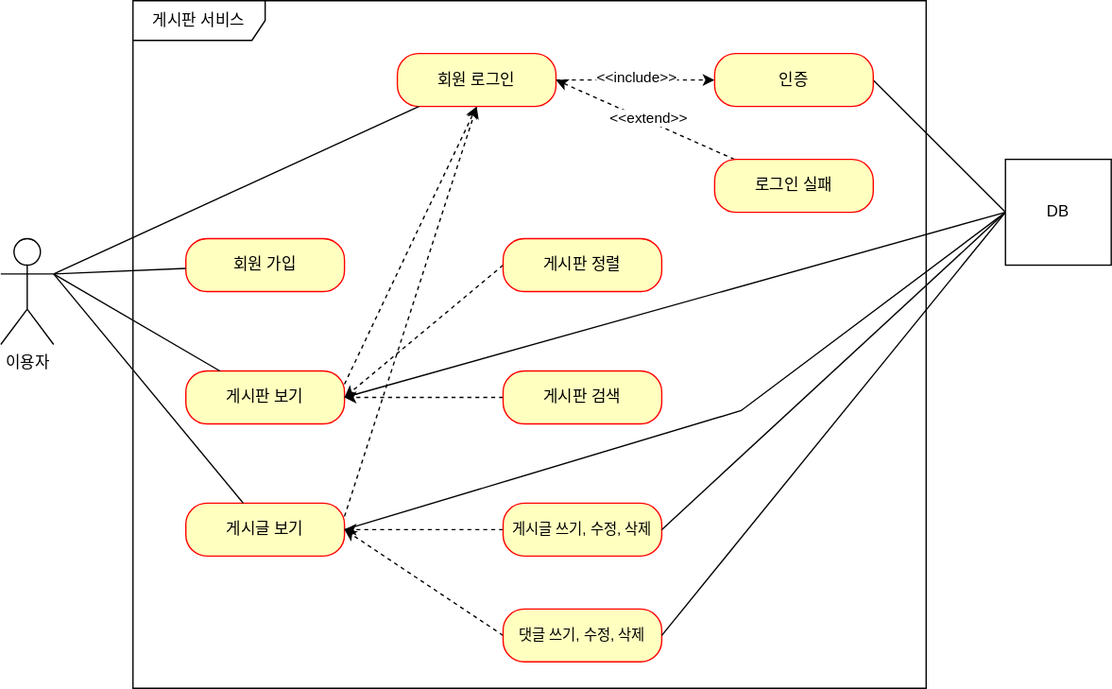
Above: document/use-case.svg in Lim-Byeong-Kuk/study-project-board (draw.io), before the change. Source tidied: cells renumbered, new cells last; positions are measured from the earlier drawing's top-left corner, leaving out a move shared by most shapes.
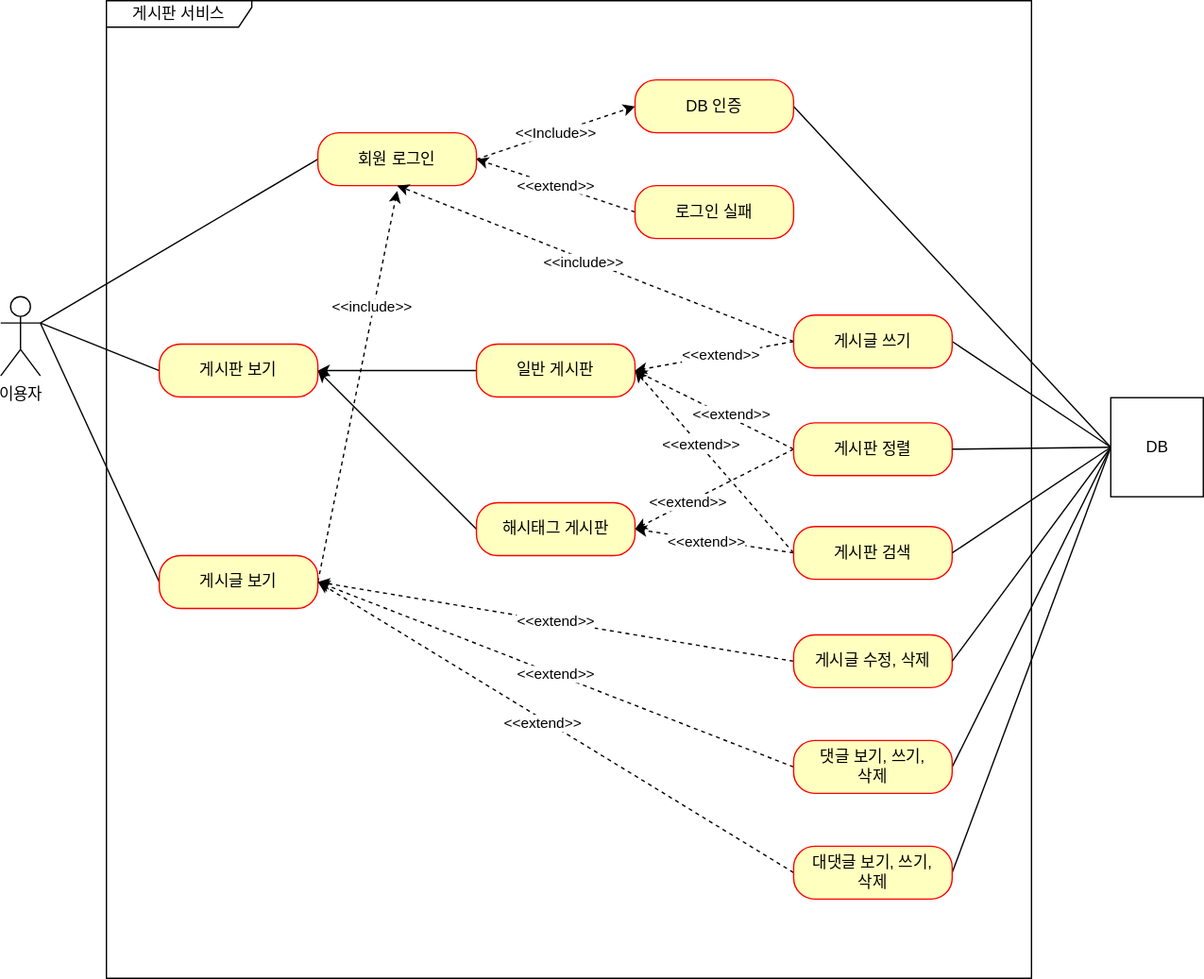
Later version of the same file.

Commit message:
#54 - use-case.svg: 현재 서비스 상황에 맞춰 업데이트

Diff of the diagram source:
```diff
@@ -3,104 +3,164 @@
     <mxCell id="0" />
     <mxCell id="1" parent="0" />
     <mxCell id="2" value="이용자" style="shape=umlActor;verticalLabelPosition=bottom;verticalAlign=top;html=1;" parent="1" vertex="1">
-      <mxGeometry y="180" width="40" height="80" as="geometry" />
+      <mxGeometry x="-20" y="364" width="30" height="60" as="geometry" />
     </mxCell>
-    <mxCell id="3" value="게시판 서비스" style="shape=umlFrame;whiteSpace=wrap;html=1;width=100;height=30;" parent="1" vertex="1">
-      <mxGeometry x="100" width="600" height="520" as="geometry" />
+    <mxCell id="3" value="게시판 서비스" style="shape=umlFrame;whiteSpace=wrap;html=1;width=110;height=20;" parent="1" vertex="1">
+      <mxGeometry x="60" y="140" width="700" height="740" as="geometry" />
     </mxCell>
-    <mxCell id="4" value="회원 가입" style="rounded=1;whiteSpace=wrap;html=1;arcSize=40;fontColor=#000000;fillColor=#ffffc0;strokeColor=#ff0000;" parent="1" vertex="1">
-      <mxGeometry x="140" y="180" width="120" height="40" as="geometry" />
-    </mxCell>
-    <mxCell id="5" style="rounded=0;jettySize=auto;html=1;exitX=1;exitY=0.25;exitDx=0;exitDy=0;entryX=0.5;entryY=1;entryDx=0;entryDy=0;dashed=1;" parent="1" edge="1" source="6" target="11">
-      <mxGeometry relative="1" as="geometry" />
-    </mxCell>
+    <mxCell id="34" style="rounded=0;jettySize=auto;html=1;exitX=0;exitY=0.5;exitDx=0;exitDy=0;entryX=1;entryY=0.5;entryDx=0;entryDy=0;" parent="1" edge="1" source="35" target="6">
+      <mxGeometry relative="1" as="geometry" />
+    </mxCell>
+    <mxCell id="35" value="일반 게시판" style="rounded=1;whiteSpace=wrap;html=1;arcSize=40;fontColor=#000000;fillColor=#ffffc0;strokeColor=#ff0000;" parent="1" vertex="1">
+      <mxGeometry x="340" y="400" width="120" height="40" as="geometry" />
+    </mxCell>
+    <mxCell id="26" style="edgeStyle=none;rounded=0;jettySize=auto;html=1;exitX=0;exitY=0.5;exitDx=0;exitDy=0;entryX=1;entryY=0.3333333333333333;entryDx=0;entryDy=0;entryPerimeter=0;endArrow=none;endFill=0;" parent="1" edge="1" source="6" target="2">
+      <mxGeometry relative="1" as="geometry" />
+    </mxCell>
     <mxCell id="6" value="게시판 보기" style="rounded=1;whiteSpace=wrap;html=1;arcSize=40;fontColor=#000000;fillColor=#ffffc0;strokeColor=#ff0000;" parent="1" vertex="1">
-      <mxGeometry x="140" y="280" width="120" height="40" as="geometry" />
+      <mxGeometry x="100" y="400" width="120" height="40" as="geometry" />
     </mxCell>
-    <mxCell id="7" style="rounded=0;jettySize=auto;html=1;exitX=1;exitY=0.25;exitDx=0;exitDy=0;entryX=0.5;entryY=1;entryDx=0;entryDy=0;dashed=1;" parent="1" edge="1" source="8" target="11">
-      <mxGeometry relative="1" as="geometry" />
-    </mxCell>
+    <mxCell id="36" style="edgeStyle=none;rounded=0;jettySize=auto;html=1;exitX=0;exitY=0.5;exitDx=0;exitDy=0;endArrow=none;endFill=0;" parent="1" edge="1" source="8">
+      <mxGeometry relative="1" as="geometry">
+        <mxPoint x="10" y="384" as="targetPoint" />
+      </mxGeometry>
+    </mxCell>
+    <mxCell id="37" style="edgeStyle=none;rounded=0;jettySize=auto;html=1;exitX=1;exitY=0.5;exitDx=0;exitDy=0;dashed=1;endArrow=classic;endFill=1;" parent="1" edge="1" source="8">
+      <mxGeometry relative="1" as="geometry">
+        <mxPoint x="280" y="284" as="targetPoint" />
+      </mxGeometry>
+    </mxCell>
+    <mxCell id="38" value="&amp;lt;&amp;lt;include&amp;gt;&amp;gt;" style="edgeLabel;html=1;align=center;verticalAlign=middle;" parent="37" vertex="1">
+      <mxGeometry x="0.41" y="2" relative="1" as="geometry" />
+    </mxCell>
     <mxCell id="8" value="게시글 보기" style="rounded=1;whiteSpace=wrap;html=1;arcSize=40;fontColor=#000000;fillColor=#ffffc0;strokeColor=#ff0000;" parent="1" vertex="1">
-      <mxGeometry x="140" y="380" width="120" height="40" as="geometry" />
+      <mxGeometry x="100" y="560" width="120" height="40" as="geometry" />
     </mxCell>
-    <mxCell id="9" style="edgeStyle=orthogonalEdgeStyle;rounded=0;jettySize=auto;html=1;exitX=1;exitY=0.5;exitDx=0;exitDy=0;endArrow=classic;endFill=1;dashed=1;" parent="1" edge="1" source="11" target="13">
-      <mxGeometry relative="1" as="geometry" />
-    </mxCell>
-    <mxCell id="10" value="&amp;lt;&amp;lt;include&amp;gt;&amp;gt;" style="edgeLabel;html=1;align=center;verticalAlign=middle;" parent="9" vertex="1">
-      <mxGeometry y="3" relative="1" as="geometry" />
-    </mxCell>
+    <mxCell id="39" style="edgeStyle=none;rounded=0;jettySize=auto;html=1;exitX=0;exitY=0.5;exitDx=0;exitDy=0;endArrow=none;endFill=0;" parent="1" edge="1" source="11">
+      <mxGeometry relative="1" as="geometry">
+        <mxPoint x="10" y="384" as="targetPoint" />
+      </mxGeometry>
+    </mxCell>
+    <mxCell id="40" value="&amp;lt;&amp;lt;Include&amp;gt;&amp;gt;" style="rounded=0;jettySize=auto;html=1;exitX=1;exitY=0.5;exitDx=0;exitDy=0;entryX=0;entryY=0.5;entryDx=0;entryDy=0;dashed=1;" parent="1" edge="1" source="11" target="42">
+      <mxGeometry relative="1" as="geometry" />
+    </mxCell>
     <mxCell id="11" value="회원 로그인" style="rounded=1;whiteSpace=wrap;html=1;arcSize=40;fontColor=#000000;fillColor=#ffffc0;strokeColor=#ff0000;" parent="1" vertex="1">
-      <mxGeometry x="300" y="40" width="120" height="40" as="geometry" />
+      <mxGeometry x="220" y="240" width="120" height="40" as="geometry" />
     </mxCell>
-    <mxCell id="12" style="rounded=0;jettySize=auto;html=1;exitX=1;exitY=0.5;exitDx=0;exitDy=0;entryX=0;entryY=0.5;entryDx=0;entryDy=0;endArrow=none;endFill=0;" parent="1" edge="1" source="13" target="33">
-      <mxGeometry relative="1" as="geometry" />
-    </mxCell>
-    <mxCell id="13" value="인증" style="rounded=1;whiteSpace=wrap;html=1;arcSize=40;fontColor=#000000;fillColor=#ffffc0;strokeColor=#ff0000;" parent="1" vertex="1">
-      <mxGeometry x="540" y="40" width="120" height="40" as="geometry" />
-    </mxCell>
+    <mxCell id="41" style="edgeStyle=none;rounded=0;jettySize=auto;html=1;exitX=1;exitY=0.5;exitDx=0;exitDy=0;entryX=0;entryY=0.5;entryDx=0;entryDy=0;endArrow=none;endFill=0;" parent="1" edge="1" source="42" target="33">
+      <mxGeometry relative="1" as="geometry" />
+    </mxCell>
+    <mxCell id="42" value="DB 인증" style="rounded=1;whiteSpace=wrap;html=1;arcSize=40;fontColor=#000000;fillColor=#ffffc0;strokeColor=#ff0000;" parent="1" vertex="1">
+      <mxGeometry x="460" y="200" width="120" height="40" as="geometry" />
+    </mxCell>
-    <mxCell id="14" style="rounded=0;jettySize=auto;html=1;entryX=1;entryY=0.5;entryDx=0;entryDy=0;endArrow=classic;endFill=1;dashed=1;" parent="1" edge="1" source="16" target="11">
+    <mxCell id="14" value="&amp;lt;&amp;lt;extend&amp;gt;&amp;gt;" style="edgeStyle=none;rounded=0;jettySize=auto;html=1;exitX=0;exitY=0.5;exitDx=0;exitDy=0;entryX=1;entryY=0.5;entryDx=0;entryDy=0;endArrow=classic;endFill=1;dashed=1;" parent="1" edge="1" source="16" target="11">
       <mxGeometry relative="1" as="geometry" />
     </mxCell>
-    <mxCell id="15" value="&amp;lt;&amp;lt;extend&amp;gt;&amp;gt;" style="edgeLabel;html=1;align=center;verticalAlign=middle;" parent="14" vertex="1">
-      <mxGeometry x="-0.01" y="-2" relative="1" as="geometry" />
-    </mxCell>
     <mxCell id="16" value="로그인 실패" style="rounded=1;whiteSpace=wrap;html=1;arcSize=40;fontColor=#000000;fillColor=#ffffc0;strokeColor=#ff0000;" parent="1" vertex="1">
-      <mxGeometry x="540" y="120" width="120" height="40" as="geometry" />
+      <mxGeometry x="460" y="280" width="120" height="40" as="geometry" />
     </mxCell>
-    <mxCell id="17" style="rounded=0;jettySize=auto;html=1;exitX=0;exitY=0.5;exitDx=0;exitDy=0;entryX=1;entryY=0.5;entryDx=0;entryDy=0;dashed=1;" parent="1" edge="1" source="18" target="6">
-      <mxGeometry relative="1" as="geometry" />
-    </mxCell>
+    <mxCell id="43" style="edgeStyle=none;rounded=0;jettySize=auto;html=1;exitX=0;exitY=0.5;exitDx=0;exitDy=0;entryX=1;entryY=0.5;entryDx=0;entryDy=0;dashed=1;endArrow=classic;endFill=1;" parent="1" edge="1" source="18" target="35">
+      <mxGeometry relative="1" as="geometry" />
+    </mxCell>
+    <mxCell id="44" value="&amp;lt;&amp;lt;extend&amp;gt;&amp;gt;" style="edgeLabel;html=1;align=center;verticalAlign=middle;" parent="43" vertex="1">
+      <mxGeometry x="-0.18" y="-3" relative="1" as="geometry" />
+    </mxCell>
+    <mxCell id="45" style="edgeStyle=none;rounded=0;jettySize=auto;html=1;exitX=0;exitY=0.5;exitDx=0;exitDy=0;entryX=1;entryY=0.5;entryDx=0;entryDy=0;dashed=1;" parent="1" edge="1" source="18" target="62">
+      <mxGeometry relative="1" as="geometry" />
+    </mxCell>
+    <mxCell id="46" value="&amp;lt;&amp;lt;extend&amp;gt;&amp;gt;" style="edgeLabel;html=1;align=center;verticalAlign=middle;" parent="45" vertex="1">
+      <mxGeometry x="0.33" relative="1" as="geometry">
+        <mxPoint x="-1" as="offset" />
+      </mxGeometry>
+    </mxCell>
     <mxCell id="18" value="게시판 정렬" style="rounded=1;whiteSpace=wrap;html=1;arcSize=40;fontColor=#000000;fillColor=#ffffc0;strokeColor=#ff0000;" parent="1" vertex="1">
-      <mxGeometry x="380" y="180" width="120" height="40" as="geometry" />
+      <mxGeometry x="580" y="459.5" width="120" height="40" as="geometry" />
     </mxCell>
-    <mxCell id="19" style="rounded=0;jettySize=auto;html=1;exitX=0;exitY=0.5;exitDx=0;exitDy=0;entryX=1;entryY=0.5;entryDx=0;entryDy=0;dashed=1;" parent="1" edge="1" source="20" target="6">
-      <mxGeometry relative="1" as="geometry" />
-    </mxCell>
+    <mxCell id="47" style="edgeStyle=none;rounded=0;jettySize=auto;html=1;exitX=0;exitY=0.5;exitDx=0;exitDy=0;dashed=1;endArrow=classic;endFill=1;entryX=1;entryY=0.5;entryDx=0;entryDy=0;" parent="1" edge="1" source="20" target="35">
+      <mxGeometry relative="1" as="geometry" />
+    </mxCell>
+    <mxCell id="48" value="&amp;lt;&amp;lt;extend&amp;gt;&amp;gt;" style="edgeLabel;html=1;align=center;verticalAlign=middle;" parent="47" vertex="1">
+      <mxGeometry x="0.18" y="-1" relative="1" as="geometry" />
+    </mxCell>
+    <mxCell id="49" style="edgeStyle=none;rounded=0;jettySize=auto;html=1;exitX=0;exitY=0.5;exitDx=0;exitDy=0;entryX=1;entryY=0.5;entryDx=0;entryDy=0;dashed=1;" parent="1" edge="1" source="20" target="62">
+      <mxGeometry relative="1" as="geometry" />
+    </mxCell>
+    <mxCell id="50" value="&amp;lt;&amp;lt;extend&amp;gt;&amp;gt;" style="edgeLabel;html=1;align=center;verticalAlign=middle;" parent="49" vertex="1">
+      <mxGeometry x="0.11" y="2" relative="1" as="geometry">
+        <mxPoint x="1" as="offset" />
+      </mxGeometry>
+    </mxCell>
     <mxCell id="20" value="게시판 검색" style="rounded=1;whiteSpace=wrap;html=1;arcSize=40;fontColor=#000000;fillColor=#ffffc0;strokeColor=#ff0000;" parent="1" vertex="1">
-      <mxGeometry x="380" y="280" width="120" height="40" as="geometry" />
+      <mxGeometry x="580" y="538" width="120" height="40" as="geometry" />
     </mxCell>
-    <mxCell id="21" style="edgeStyle=orthogonalEdgeStyle;rounded=0;jettySize=auto;html=1;entryX=1;entryY=0.5;entryDx=0;entryDy=0;dashed=1;" parent="1" edge="1" source="22" target="8">
-      <mxGeometry relative="1" as="geometry" />
-    </mxCell>
-    <mxCell id="22" value="&lt;font style=&quot;font-size: 11px;&quot;&gt;게시글 쓰기, 수정, 삭제&lt;/font&gt;" style="rounded=1;whiteSpace=wrap;html=1;arcSize=40;fontColor=#000000;fillColor=#ffffc0;strokeColor=#ff0000;" parent="1" vertex="1">
-      <mxGeometry x="380" y="380" width="120" height="40" as="geometry" />
-    </mxCell>
-    <mxCell id="23" style="rounded=0;jettySize=auto;html=1;exitX=0;exitY=0.5;exitDx=0;exitDy=0;entryX=1;entryY=0.5;entryDx=0;entryDy=0;dashed=1;" parent="1" edge="1" source="24" target="8">
-      <mxGeometry relative="1" as="geometry" />
-    </mxCell>
-    <mxCell id="24" value="&lt;font style=&quot;font-size: 11px;&quot;&gt;댓글 쓰기, 수정, 삭제&lt;/font&gt;" style="rounded=1;whiteSpace=wrap;html=1;arcSize=40;fontColor=#000000;fillColor=#ffffc0;strokeColor=#ff0000;" parent="1" vertex="1">
-      <mxGeometry x="380" y="460" width="120" height="40" as="geometry" />
-    </mxCell>
-    <mxCell id="25" style="rounded=0;jettySize=auto;html=1;entryX=1;entryY=0.3333333333333333;entryDx=0;entryDy=0;entryPerimeter=0;endArrow=none;endFill=0;" parent="1" edge="1" source="4" target="2">
-      <mxGeometry relative="1" as="geometry" />
-    </mxCell>
-    <mxCell id="26" style="rounded=0;jettySize=auto;html=1;entryX=1;entryY=0.3333333333333333;entryDx=0;entryDy=0;entryPerimeter=0;endArrow=none;endFill=0;" parent="1" edge="1" source="6" target="2">
-      <mxGeometry relative="1" as="geometry" />
-    </mxCell>
-    <mxCell id="27" style="rounded=0;jettySize=auto;html=1;entryX=1;entryY=0.3333333333333333;entryDx=0;entryDy=0;entryPerimeter=0;endArrow=none;endFill=0;" parent="1" edge="1" source="8" target="2">
-      <mxGeometry relative="1" as="geometry" />
-    </mxCell>
-    <mxCell id="28" style="rounded=0;jettySize=auto;html=1;entryX=1;entryY=0.3333333333333333;entryDx=0;entryDy=0;entryPerimeter=0;endArrow=none;endFill=0;" parent="1" edge="1" source="11" target="2">
-      <mxGeometry relative="1" as="geometry" />
-    </mxCell>
-    <mxCell id="29" style="rounded=0;jettySize=auto;html=1;exitX=0;exitY=0.5;exitDx=0;exitDy=0;entryX=1;entryY=0.5;entryDx=0;entryDy=0;endArrow=none;endFill=0;" parent="1" edge="1" source="33" target="6">
-      <mxGeometry relative="1" as="geometry" />
-    </mxCell>
-    <mxCell id="30" style="rounded=0;jettySize=auto;html=1;exitX=0;exitY=0.5;exitDx=0;exitDy=0;entryX=1;entryY=0.5;entryDx=0;entryDy=0;endArrow=none;endFill=0;" parent="1" edge="1" source="33" target="8">
-      <mxGeometry relative="1" as="geometry">
-        <Array as="points">
-          <mxPoint x="560" y="310" />
-        </Array>
-      </mxGeometry>
-    </mxCell>
-    <mxCell id="31" style="rounded=0;jettySize=auto;html=1;exitX=0;exitY=0.5;exitDx=0;exitDy=0;entryX=1;entryY=0.5;entryDx=0;entryDy=0;endArrow=none;endFill=0;" parent="1" edge="1" source="33" target="22">
-      <mxGeometry relative="1" as="geometry" />
-    </mxCell>
-    <mxCell id="32" style="rounded=0;jettySize=auto;html=1;exitX=0;exitY=0.5;exitDx=0;exitDy=0;entryX=1;entryY=0.5;entryDx=0;entryDy=0;endArrow=none;endFill=0;" parent="1" edge="1" source="33" target="24">
-      <mxGeometry relative="1" as="geometry" />
-    </mxCell>
+    <mxCell id="51" value="&amp;lt;&amp;lt;extend&amp;gt;&amp;gt;" style="edgeStyle=none;rounded=0;jettySize=auto;html=1;exitX=0;exitY=0.5;exitDx=0;exitDy=0;entryX=1;entryY=0.5;entryDx=0;entryDy=0;dashed=1;endArrow=classic;endFill=1;" parent="1" edge="1" source="52" target="8">
+      <mxGeometry relative="1" as="geometry" />
+    </mxCell>
+    <mxCell id="52" value="게시글 수정, 삭제" style="rounded=1;whiteSpace=wrap;html=1;arcSize=40;fontColor=#000000;fillColor=#ffffc0;strokeColor=#ff0000;" parent="1" vertex="1">
+      <mxGeometry x="580" y="620" width="120" height="40" as="geometry" />
+    </mxCell>
+    <mxCell id="53" style="edgeStyle=none;rounded=0;jettySize=auto;html=1;exitX=0;exitY=0.5;exitDx=0;exitDy=0;dashed=1;endArrow=classic;endFill=1;entryX=1;entryY=0.5;entryDx=0;entryDy=0;" parent="1" edge="1" source="56" target="8">
+      <mxGeometry relative="1" as="geometry" />
+    </mxCell>
+    <mxCell id="54" value="&amp;lt;&amp;lt;extend&amp;gt;&amp;gt;" style="edgeLabel;html=1;align=center;verticalAlign=middle;" parent="53" vertex="1">
+      <mxGeometry x="0.01" relative="1" as="geometry" />
+    </mxCell>
+    <mxCell id="55" style="edgeStyle=none;rounded=0;jettySize=auto;html=1;exitX=1;exitY=0.5;exitDx=0;exitDy=0;endArrow=none;endFill=0;entryX=0;entryY=0.5;entryDx=0;entryDy=0;" parent="1" edge="1" source="56" target="33">
+      <mxGeometry relative="1" as="geometry" />
+    </mxCell>
+    <mxCell id="56" value="댓글 보기, 쓰기,&lt;br&gt;삭제" style="rounded=1;whiteSpace=wrap;html=1;arcSize=40;fontColor=#000000;fillColor=#ffffc0;strokeColor=#ff0000;" parent="1" vertex="1">
+      <mxGeometry x="580" y="700" width="120" height="40" as="geometry" />
+    </mxCell>
+    <mxCell id="57" style="edgeStyle=none;rounded=0;jettySize=auto;html=1;exitX=0;exitY=0.5;exitDx=0;exitDy=0;entryX=1;entryY=0.5;entryDx=0;entryDy=0;endArrow=none;endFill=0;" parent="1" edge="1" source="33" target="52">
+      <mxGeometry relative="1" as="geometry" />
+    </mxCell>
+    <mxCell id="58" style="edgeStyle=none;rounded=0;jettySize=auto;html=1;exitX=0;exitY=0.5;exitDx=0;exitDy=0;entryX=1;entryY=0.5;entryDx=0;entryDy=0;endArrow=none;endFill=0;" parent="1" edge="1" source="33" target="20">
+      <mxGeometry relative="1" as="geometry" />
+    </mxCell>
+    <mxCell id="59" style="edgeStyle=none;rounded=0;jettySize=auto;html=1;exitX=0;exitY=0.5;exitDx=0;exitDy=0;entryX=1;entryY=0.5;entryDx=0;entryDy=0;endArrow=none;endFill=0;" parent="1" edge="1" source="33" target="18">
+      <mxGeometry relative="1" as="geometry" />
+    </mxCell>
+    <mxCell id="60" style="edgeStyle=none;rounded=0;jettySize=auto;html=1;exitX=0;exitY=0.5;exitDx=0;exitDy=0;entryX=1;entryY=0.5;entryDx=0;entryDy=0;endArrow=none;endFill=0;" parent="1" edge="1" source="33" target="68">
+      <mxGeometry relative="1" as="geometry" />
+    </mxCell>
-    <mxCell id="33" value="DB" style="html=1;whiteSpace=wrap;" parent="1" vertex="1">
-      <mxGeometry x="760" y="120" width="80" height="80" as="geometry" />
+    <mxCell id="33" value="DB" style="html=1;" parent="1" vertex="1">
+      <mxGeometry x="820" y="440.5" width="70" height="75" as="geometry" />
     </mxCell>
+    <mxCell id="61" style="jettySize=auto;html=1;exitX=0;exitY=0.5;exitDx=0;exitDy=0;entryX=1;entryY=0.5;entryDx=0;entryDy=0;rounded=0;" parent="1" edge="1" source="62" target="6">
+      <mxGeometry relative="1" as="geometry" />
+    </mxCell>
+    <mxCell id="62" value="해시태그 게시판" style="rounded=1;whiteSpace=wrap;html=1;arcSize=40;fontColor=#000000;fillColor=#ffffc0;strokeColor=#ff0000;" parent="1" vertex="1">
+      <mxGeometry x="340" y="520" width="120" height="40" as="geometry" />
+    </mxCell>
+    <mxCell id="63" style="edgeStyle=none;rounded=0;orthogonalLoop=1;jettySize=auto;html=1;exitX=0;exitY=0.5;exitDx=0;exitDy=0;" parent="1" edge="1" source="20" target="20">
+      <mxGeometry relative="1" as="geometry" />
+    </mxCell>
+    <mxCell id="64" style="edgeStyle=none;rounded=0;jettySize=auto;html=1;exitX=0;exitY=0.5;exitDx=0;exitDy=0;entryX=1;entryY=0.5;entryDx=0;entryDy=0;dashed=1;" parent="1" edge="1" source="68" target="35">
+      <mxGeometry relative="1" as="geometry" />
+    </mxCell>
+    <mxCell id="65" value="&amp;lt;&amp;lt;extend&amp;gt;&amp;gt;" style="edgeLabel;html=1;align=center;verticalAlign=middle;" parent="64" vertex="1">
+      <mxGeometry x="-0.09" y="-1" relative="1" as="geometry" />
+    </mxCell>
+    <mxCell id="66" style="edgeStyle=none;rounded=0;jettySize=auto;html=1;exitX=0;exitY=0.5;exitDx=0;exitDy=0;entryX=0.5;entryY=1;entryDx=0;entryDy=0;endArrow=classic;endFill=1;dashed=1;" parent="1" edge="1" source="68" target="11">
+      <mxGeometry relative="1" as="geometry" />
+    </mxCell>
+    <mxCell id="67" value="&amp;lt;&amp;lt;include&amp;gt;&amp;gt;" style="edgeLabel;html=1;align=center;verticalAlign=middle;" parent="66" vertex="1">
+      <mxGeometry x="0.06" y="2" relative="1" as="geometry" />
+    </mxCell>
+    <mxCell id="68" value="게시글 쓰기" style="rounded=1;whiteSpace=wrap;html=1;arcSize=40;fontColor=#000000;fillColor=#ffffc0;strokeColor=#ff0000;" parent="1" vertex="1">
+      <mxGeometry x="580" y="378" width="120" height="40" as="geometry" />
+    </mxCell>
+    <mxCell id="69" style="edgeStyle=none;rounded=0;jettySize=auto;html=1;exitX=0;exitY=0.5;exitDx=0;exitDy=0;entryX=1;entryY=0.5;entryDx=0;entryDy=0;endArrow=classic;endFill=1;dashed=1;" parent="1" edge="1" source="72" target="8">
+      <mxGeometry relative="1" as="geometry" />
+    </mxCell>
+    <mxCell id="70" value="&amp;lt;&amp;lt;extend&amp;gt;&amp;gt;" style="edgeLabel;html=1;align=center;verticalAlign=middle;" parent="69" vertex="1">
+      <mxGeometry x="0.05" y="3" relative="1" as="geometry" />
+    </mxCell>
+    <mxCell id="71" style="edgeStyle=none;rounded=0;jettySize=auto;html=1;exitX=1;exitY=0.5;exitDx=0;exitDy=0;entryX=0;entryY=0.5;entryDx=0;entryDy=0;endArrow=none;endFill=0;" parent="1" edge="1" source="72" target="33">
+      <mxGeometry relative="1" as="geometry" />
+    </mxCell>
+    <mxCell id="72" value="대댓글 보기, 쓰기,&lt;br&gt;삭제" style="rounded=1;whiteSpace=wrap;html=1;arcSize=40;fontColor=#000000;fillColor=#ffffc0;strokeColor=#ff0000;" parent="1" vertex="1">
+      <mxGeometry x="580" y="780" width="120" height="40" as="geometry" />
+    </mxCell>
   </root>
 </mxGraphModel>
```
